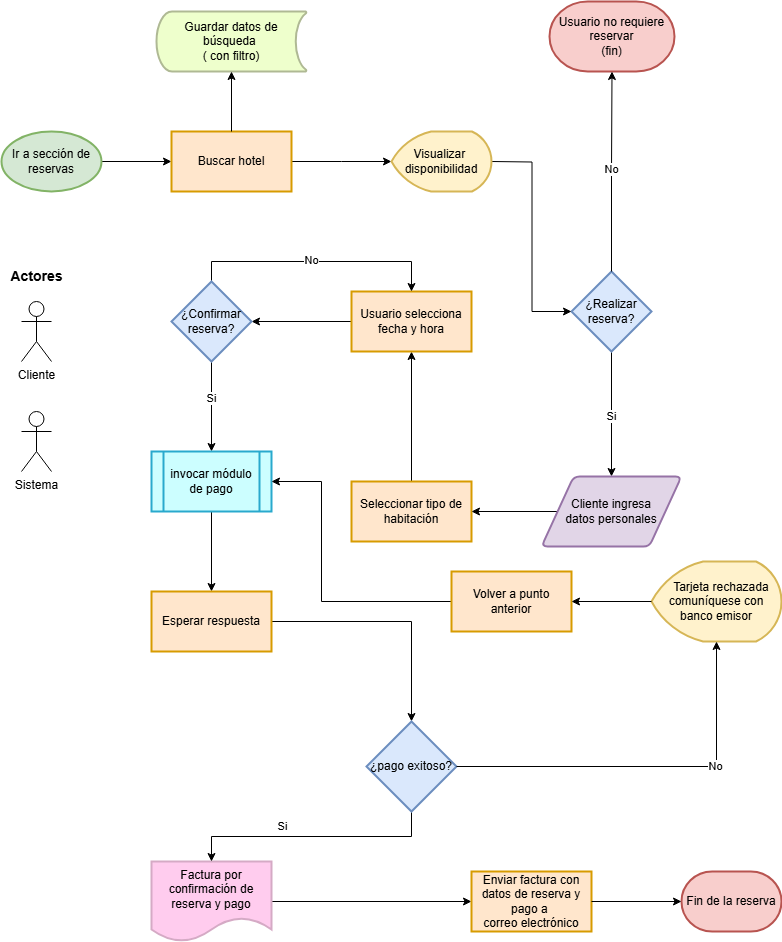
Earlier version of the draw.io export Flujograma de reserva de habitación.png (DjGuetta/App-Hotel-Management). Source tidied: cells renumbered, new cells last; positions are measured from the earlier drawing's top-left corner, leaving out a move shared by most shapes.
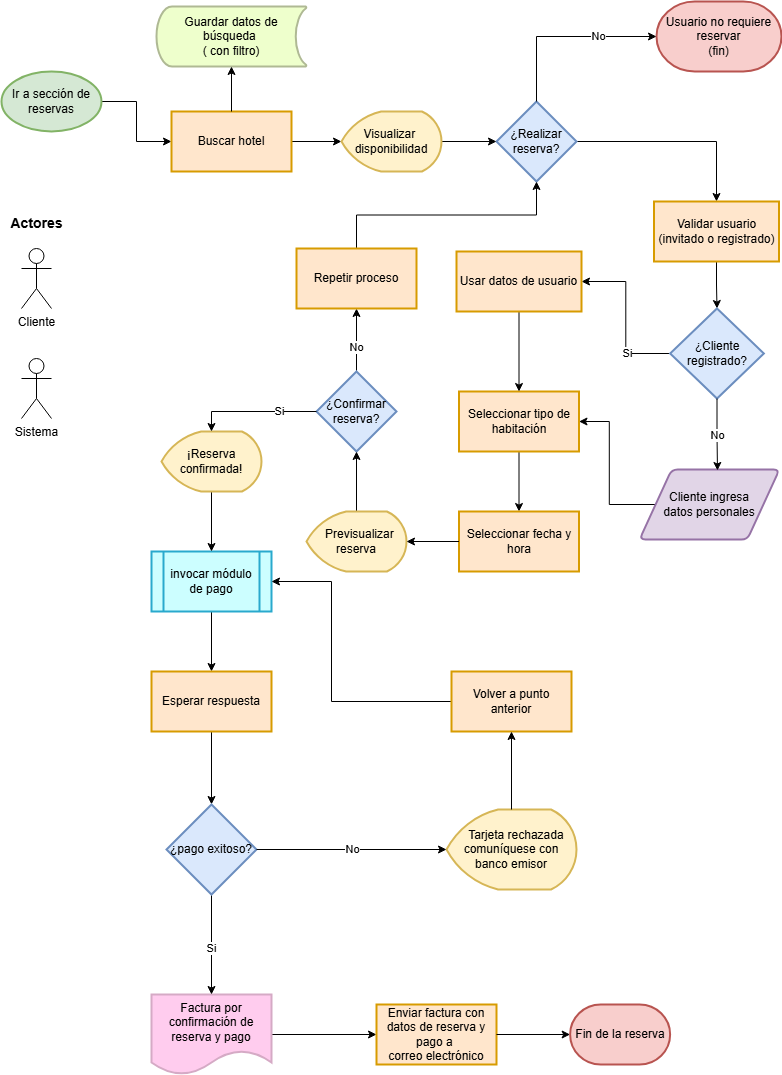
The same diagram one commit later.

Commit message:
Corrección de errores en datos de reservación

Diff of the diagram source:
```diff
@@ -6,161 +6,200 @@
       <mxGeometry relative="1" as="geometry" />
     </mxCell>
     <mxCell id="3" value="Ir a sección de reservas" style="strokeWidth=2;html=1;shape=mxgraph.flowchart.start_1;whiteSpace=wrap;fillColor=#d5e8d4;strokeColor=#82b366;" parent="1" vertex="1">
-      <mxGeometry y="130" width="100" height="60" as="geometry" />
+      <mxGeometry y="60" width="100" height="60" as="geometry" />
     </mxCell>
-    <mxCell id="4" style="edgeStyle=orthogonalEdgeStyle;rounded=0;jettySize=auto;html=1;" parent="1" edge="1" source="5">
-      <mxGeometry relative="1" as="geometry">
-        <mxPoint x="390" y="160" as="targetPoint" />
-      </mxGeometry>
+    <mxCell id="4" style="edgeStyle=orthogonalEdgeStyle;rounded=0;jettySize=auto;html=1;entryX=0;entryY=0.5;entryDx=0;entryDy=0;entryPerimeter=0;" parent="1" edge="1" source="5" target="29">
+      <mxGeometry relative="1" as="geometry" />
     </mxCell>
     <mxCell id="5" value="&lt;div style=&quot;text-align: start;&quot;&gt;&lt;span style=&quot;background-color: transparent; color: light-dark(rgb(0, 0, 0), rgb(255, 255, 255));&quot;&gt;Buscar hotel&lt;/span&gt;&lt;/div&gt;" style="whiteSpace=wrap;html=1;strokeWidth=2;fillColor=#ffe6cc;strokeColor=#d79b00;" parent="1" vertex="1">
-      <mxGeometry x="170" y="130" width="120" height="60" as="geometry" />
+      <mxGeometry x="170" y="100" width="120" height="60" as="geometry" />
     </mxCell>
-    <mxCell id="6" style="edgeStyle=orthogonalEdgeStyle;rounded=0;jettySize=auto;html=1;exitX=0.5;exitY=1;exitDx=0;exitDy=0;entryX=0.5;entryY=0;entryDx=0;entryDy=0;" parent="1" edge="1" source="8" target="38">
-      <mxGeometry relative="1" as="geometry" />
-    </mxCell>
-    <mxCell id="7" value="Si" style="edgeLabel;html=1;align=center;verticalAlign=middle;" parent="6" vertex="1">
-      <mxGeometry x="0.02" y="-1" relative="1" as="geometry" />
-    </mxCell>
+    <mxCell id="48" style="edgeStyle=orthogonalEdgeStyle;rounded=0;jettySize=auto;html=1;exitX=1;exitY=0.5;exitDx=0;exitDy=0;entryX=0.5;entryY=0;entryDx=0;entryDy=0;" parent="1" edge="1" source="8" target="56">
+      <mxGeometry relative="1" as="geometry" />
+    </mxCell>
     <mxCell id="8" value="¿Realizar reserva?" style="rhombus;whiteSpace=wrap;html=1;strokeWidth=2;fillColor=#dae8fc;strokeColor=#6c8ebf;" parent="1" vertex="1">
-      <mxGeometry x="570" y="270" width="80" height="80" as="geometry" />
+      <mxGeometry x="495" y="90" width="80" height="80" as="geometry" />
     </mxCell>
-    <mxCell id="9" style="edgeStyle=orthogonalEdgeStyle;rounded=0;jettySize=auto;html=1;exitX=0.5;exitY=0;exitDx=0;exitDy=0;entryX=0.5;entryY=1;entryDx=0;entryDy=0;" parent="1" edge="1" source="10" target="15">
+    <mxCell id="9" style="edgeStyle=orthogonalEdgeStyle;rounded=0;jettySize=auto;html=1;exitX=0.5;exitY=1;exitDx=0;exitDy=0;entryX=0.5;entryY=0;entryDx=0;entryDy=0;" parent="1" edge="1" source="10" target="15">
       <mxGeometry relative="1" as="geometry" />
     </mxCell>
     <mxCell id="10" value="Seleccionar tipo de habitación" style="whiteSpace=wrap;html=1;strokeWidth=2;fillColor=#ffe6cc;strokeColor=#d79b00;" parent="1" vertex="1">
-      <mxGeometry x="350" y="480" width="120" height="60" as="geometry" />
+      <mxGeometry x="457.5" y="380" width="120" height="60" as="geometry" />
     </mxCell>
     <mxCell id="11" value="Guardar datos de búsqueda&amp;nbsp;&lt;div&gt;( con filtro)&lt;/div&gt;" style="strokeWidth=2;html=1;shape=mxgraph.flowchart.stored_data;whiteSpace=wrap;fillColor=#EEFFCC;strokeColor=#AFB994;" parent="1" vertex="1">
-      <mxGeometry x="155" y="10" width="150" height="60" as="geometry" />
+      <mxGeometry x="155" y="-5" width="150" height="60" as="geometry" />
     </mxCell>
     <mxCell id="12" style="edgeStyle=orthogonalEdgeStyle;rounded=0;jettySize=auto;html=1;entryX=0.5;entryY=1;entryDx=0;entryDy=0;entryPerimeter=0;" parent="1" edge="1" source="5" target="11">
       <mxGeometry relative="1" as="geometry" />
     </mxCell>
     <mxCell id="13" value="Usuario no requiere reservar&lt;div&gt;(fin)&lt;/div&gt;" style="strokeWidth=2;html=1;shape=mxgraph.flowchart.terminator;whiteSpace=wrap;fillColor=#f8cecc;strokeColor=#b85450;" parent="1" vertex="1">
-      <mxGeometry x="548" width="125" height="70" as="geometry" />
+      <mxGeometry x="655" y="-10" width="125" height="70" as="geometry" />
     </mxCell>
-    <mxCell id="14" style="edgeStyle=orthogonalEdgeStyle;rounded=0;jettySize=auto;html=1;" parent="1" edge="1" source="15" target="21">
-      <mxGeometry relative="1" as="geometry" />
-    </mxCell>
-    <mxCell id="15" value="Usuario selecciona fecha y hora" style="whiteSpace=wrap;html=1;strokeWidth=2;fillColor=#ffe6cc;strokeColor=#d79b00;" parent="1" vertex="1">
-      <mxGeometry x="350" y="290" width="120" height="60" as="geometry" />
+    <mxCell id="15" value="Seleccionar fecha y hora" style="whiteSpace=wrap;html=1;strokeWidth=2;fillColor=#ffe6cc;strokeColor=#d79b00;" parent="1" vertex="1">
+      <mxGeometry x="457.5" y="500" width="120" height="60" as="geometry" />
     </mxCell>
-    <mxCell id="16" style="edgeStyle=orthogonalEdgeStyle;rounded=0;jettySize=auto;html=1;entryX=0;entryY=0.5;entryDx=0;entryDy=0;" parent="1" edge="1" target="8">
-      <mxGeometry relative="1" as="geometry">
-        <mxPoint x="490" y="160" as="sourcePoint" />
-      </mxGeometry>
+    <mxCell id="16" style="edgeStyle=orthogonalEdgeStyle;rounded=0;jettySize=auto;html=1;entryX=0;entryY=0.5;entryDx=0;entryDy=0;" parent="1" edge="1" source="29" target="8">
+      <mxGeometry relative="1" as="geometry" />
     </mxCell>
-    <mxCell id="17" style="edgeStyle=orthogonalEdgeStyle;rounded=0;jettySize=auto;html=1;entryX=0.5;entryY=0;entryDx=0;entryDy=0;" parent="1" edge="1" source="21" target="15">
-      <mxGeometry relative="1" as="geometry">
-        <Array as="points">
-          <mxPoint x="210" y="260" />
-          <mxPoint x="410" y="260" />
-        </Array>
-      </mxGeometry>
-    </mxCell>
-    <mxCell id="18" value="No" style="edgeLabel;html=1;align=center;verticalAlign=middle;" parent="17" vertex="1">
-      <mxGeometry x="-0.05" y="2" relative="1" as="geometry" />
-    </mxCell>
-    <mxCell id="19" style="edgeStyle=orthogonalEdgeStyle;rounded=0;jettySize=auto;html=1;" parent="1" edge="1" source="21" target="23">
-      <mxGeometry relative="1" as="geometry" />
-    </mxCell>
-    <mxCell id="20" value="Si" style="edgeLabel;html=1;align=center;verticalAlign=middle;" parent="19" vertex="1">
-      <mxGeometry x="-0.2" y="1" relative="1" as="geometry">
-        <mxPoint x="-2" as="offset" />
-      </mxGeometry>
-    </mxCell>
+    <mxCell id="49" style="edgeStyle=orthogonalEdgeStyle;rounded=0;jettySize=auto;html=1;exitX=0.5;exitY=0;exitDx=0;exitDy=0;entryX=0.5;entryY=1;entryDx=0;entryDy=0;" parent="1" edge="1" source="21" target="52">
+      <mxGeometry relative="1" as="geometry" />
+    </mxCell>
+    <mxCell id="50" value="No" style="edgeLabel;html=1;align=center;verticalAlign=middle;" parent="49" vertex="1">
+      <mxGeometry x="-0.21" y="-2" relative="1" as="geometry">
+        <mxPoint x="-3" as="offset" />
+      </mxGeometry>
+    </mxCell>
     <mxCell id="21" value="¿Confirmar reserva?" style="rhombus;whiteSpace=wrap;html=1;strokeWidth=2;fillColor=#dae8fc;strokeColor=#6c8ebf;" parent="1" vertex="1">
-      <mxGeometry x="170" y="280" width="80" height="80" as="geometry" />
+      <mxGeometry x="315" y="360" width="80" height="80" as="geometry" />
     </mxCell>
     <mxCell id="22" style="edgeStyle=orthogonalEdgeStyle;rounded=0;jettySize=auto;html=1;" parent="1" edge="1" source="23" target="31">
       <mxGeometry relative="1" as="geometry" />
     </mxCell>
     <mxCell id="23" value="invocar módulo de pago" style="shape=process;whiteSpace=wrap;html=1;backgroundOutline=1;strokeWidth=2;fillColor=#CCFEFF;strokeColor=#29A9CD;" parent="1" vertex="1">
-      <mxGeometry x="150" y="450" width="120" height="60" as="geometry" />
+      <mxGeometry x="150" y="540" width="120" height="60" as="geometry" />
     </mxCell>
     <mxCell id="24" value="Fin de la reserva" style="strokeWidth=2;html=1;shape=mxgraph.flowchart.terminator;whiteSpace=wrap;fillColor=#f8cecc;strokeColor=#b85450;" parent="1" vertex="1">
-      <mxGeometry x="680" y="870" width="100" height="60" as="geometry" />
+      <mxGeometry x="568.6" y="993" width="100" height="60" as="geometry" />
     </mxCell>
     <mxCell id="25" style="edgeStyle=orthogonalEdgeStyle;rounded=0;jettySize=auto;html=1;" parent="1" edge="1" source="26" target="27">
       <mxGeometry relative="1" as="geometry" />
     </mxCell>
     <mxCell id="26" value="Factura por confirmación de reserva y pago" style="shape=document;whiteSpace=wrap;html=1;boundedLbl=1;strokeWidth=2;fillColor=#FFCCEE;strokeColor=#D5AAC5;" parent="1" vertex="1">
-      <mxGeometry x="150" y="860" width="120" height="80" as="geometry" />
+      <mxGeometry x="150" y="983" width="120" height="80" as="geometry" />
     </mxCell>
     <mxCell id="27" value="Enviar factura con datos de reserva y pago a&amp;nbsp;&lt;div&gt;correo electrónico&lt;/div&gt;" style="whiteSpace=wrap;html=1;strokeWidth=2;fillColor=#ffe6cc;strokeColor=#d79b00;" parent="1" vertex="1">
-      <mxGeometry x="470" y="870" width="120" height="60" as="geometry" />
+      <mxGeometry x="375" y="993" width="120" height="60" as="geometry" />
     </mxCell>
     <mxCell id="28" style="edgeStyle=orthogonalEdgeStyle;rounded=0;jettySize=auto;html=1;exitX=1;exitY=0.5;exitDx=0;exitDy=0;entryX=0;entryY=0.5;entryDx=0;entryDy=0;entryPerimeter=0;" parent="1" edge="1" source="27" target="24">
       <mxGeometry relative="1" as="geometry" />
     </mxCell>
-    <mxCell id="29" value="Visualizar&amp;nbsp;&lt;div&gt;disponibilidad&lt;/div&gt;" style="strokeWidth=2;html=1;shape=mxgraph.flowchart.display;whiteSpace=wrap;fillColor=#fff2cc;strokeColor=#d6b656;" parent="1" vertex="1">
-      <mxGeometry x="390" y="130" width="100" height="60" as="geometry" />
-    </mxCell>
-    <mxCell id="30" style="edgeStyle=orthogonalEdgeStyle;rounded=0;jettySize=auto;html=1;" parent="1" edge="1" source="31" target="34">
-      <mxGeometry relative="1" as="geometry">
-        <Array as="points">
-          <mxPoint x="410" y="620" />
-        </Array>
-      </mxGeometry>
+    <mxCell id="30" style="edgeStyle=orthogonalEdgeStyle;rounded=0;jettySize=auto;html=1;exitX=0.5;exitY=1;exitDx=0;exitDy=0;entryX=0.5;entryY=0;entryDx=0;entryDy=0;" parent="1" edge="1" source="31" target="34">
+      <mxGeometry relative="1" as="geometry" />
     </mxCell>
     <mxCell id="31" value="Esperar respuesta" style="whiteSpace=wrap;html=1;fillColor=#ffe6cc;strokeColor=#d79b00;strokeWidth=2;" parent="1" vertex="1">
-      <mxGeometry x="150" y="590" width="120" height="60" as="geometry" />
+      <mxGeometry x="150" y="660" width="120" height="60" as="geometry" />
     </mxCell>
     <mxCell id="32" style="edgeStyle=orthogonalEdgeStyle;rounded=0;jettySize=auto;html=1;exitX=0.5;exitY=1;exitDx=0;exitDy=0;entryX=0.5;entryY=0;entryDx=0;entryDy=0;" parent="1" edge="1" source="34" target="26">
       <mxGeometry relative="1" as="geometry" />
     </mxCell>
     <mxCell id="33" value="Si" style="edgeLabel;html=1;align=center;verticalAlign=middle;" parent="32" vertex="1">
       <mxGeometry x="0.24" y="-2" relative="1" as="geometry">
-        <mxPoint y="-9" as="offset" />
+        <mxPoint x="1" y="-9" as="offset" />
       </mxGeometry>
     </mxCell>
     <mxCell id="34" value="¿pago exitoso?" style="rhombus;whiteSpace=wrap;html=1;fillColor=#dae8fc;strokeColor=#6c8ebf;strokeWidth=2;" parent="1" vertex="1">
-      <mxGeometry x="365" y="720" width="90" height="90" as="geometry" />
+      <mxGeometry x="165" y="793" width="90" height="90" as="geometry" />
     </mxCell>
-    <mxCell id="35" style="edgeStyle=orthogonalEdgeStyle;rounded=0;jettySize=auto;html=1;exitX=0.5;exitY=0;exitDx=0;exitDy=0;entryX=0.5;entryY=1;entryDx=0;entryDy=0;entryPerimeter=0;" parent="1" edge="1" source="8" target="13">
+    <mxCell id="35" style="edgeStyle=orthogonalEdgeStyle;rounded=0;jettySize=auto;html=1;exitX=0.5;exitY=0;exitDx=0;exitDy=0;entryX=0;entryY=0.5;entryDx=0;entryDy=0;entryPerimeter=0;" parent="1" edge="1" source="8" target="13">
       <mxGeometry relative="1" as="geometry" />
     </mxCell>
     <mxCell id="36" value="No" style="edgeLabel;html=1;align=center;verticalAlign=middle;" parent="35" vertex="1">
-      <mxGeometry x="0.03" y="1" relative="1" as="geometry" />
+      <mxGeometry x="0.03" y="1" relative="1" as="geometry">
+        <mxPoint x="31" as="offset" />
+      </mxGeometry>
     </mxCell>
     <mxCell id="37" style="edgeStyle=orthogonalEdgeStyle;rounded=0;jettySize=auto;html=1;exitX=0;exitY=0.5;exitDx=0;exitDy=0;entryX=1;entryY=0.5;entryDx=0;entryDy=0;" parent="1" edge="1" source="38" target="10">
       <mxGeometry relative="1" as="geometry" />
     </mxCell>
     <mxCell id="38" value="&amp;nbsp;Cliente ingresa&amp;nbsp;&lt;div&gt;datos personales&lt;/div&gt;" style="shape=parallelogram;html=1;strokeWidth=2;perimeter=parallelogramPerimeter;whiteSpace=wrap;rounded=1;arcSize=12;size=0.23;fillColor=#e1d5e7;strokeColor=#9673a6;" parent="1" vertex="1">
-      <mxGeometry x="540" y="475" width="140" height="70" as="geometry" />
+      <mxGeometry x="638" y="458" width="140" height="70" as="geometry" />
     </mxCell>
     <mxCell id="39" value="&amp;nbsp; &amp;nbsp;Tarjeta rechazada&lt;div&gt;comuníquese&amp;nbsp;&lt;span style=&quot;background-color: transparent; color: light-dark(rgb(0, 0, 0), rgb(255, 255, 255));&quot;&gt;con banco emisor&lt;/span&gt;&lt;/div&gt;" style="strokeWidth=2;html=1;shape=mxgraph.flowchart.display;whiteSpace=wrap;fillColor=#fff2cc;strokeColor=#d6b656;" parent="1" vertex="1">
-      <mxGeometry x="650" y="560" width="130" height="80" as="geometry" />
+      <mxGeometry x="445" y="798" width="130" height="80" as="geometry" />
     </mxCell>
-    <mxCell id="40" style="edgeStyle=orthogonalEdgeStyle;rounded=0;jettySize=auto;html=1;exitX=1;exitY=0.5;exitDx=0;exitDy=0;entryX=0.5;entryY=1;entryDx=0;entryDy=0;entryPerimeter=0;" parent="1" edge="1" source="34" target="39">
+    <mxCell id="40" style="edgeStyle=orthogonalEdgeStyle;rounded=0;jettySize=auto;html=1;exitX=1;exitY=0.5;exitDx=0;exitDy=0;entryX=0;entryY=0.5;entryDx=0;entryDy=0;entryPerimeter=0;" parent="1" edge="1" source="34" target="39">
       <mxGeometry relative="1" as="geometry" />
     </mxCell>
     <mxCell id="41" value="No" style="edgeLabel;html=1;align=center;verticalAlign=middle;" parent="40" vertex="1">
-      <mxGeometry x="0.34" y="1" relative="1" as="geometry" />
+      <mxGeometry x="0.34" y="1" relative="1" as="geometry">
+        <mxPoint x="-32" as="offset" />
+      </mxGeometry>
     </mxCell>
     <mxCell id="42" style="edgeStyle=orthogonalEdgeStyle;rounded=0;jettySize=auto;html=1;exitX=0;exitY=0.5;exitDx=0;exitDy=0;entryX=1;entryY=0.5;entryDx=0;entryDy=0;" parent="1" edge="1" source="43" target="23">
       <mxGeometry relative="1" as="geometry">
         <Array as="points">
-          <mxPoint x="320" y="600" />
-          <mxPoint x="320" y="480" />
+          <mxPoint x="330" y="690" />
+          <mxPoint x="330" y="570" />
         </Array>
       </mxGeometry>
     </mxCell>
     <mxCell id="43" value="Volver a punto anterior" style="whiteSpace=wrap;html=1;strokeWidth=2;fillColor=#ffe6cc;strokeColor=#d79b00;" parent="1" vertex="1">
-      <mxGeometry x="450" y="570" width="120" height="60" as="geometry" />
+      <mxGeometry x="450" y="660" width="120" height="60" as="geometry" />
     </mxCell>
-    <mxCell id="44" style="edgeStyle=orthogonalEdgeStyle;rounded=0;jettySize=auto;html=1;exitX=0;exitY=0.5;exitDx=0;exitDy=0;exitPerimeter=0;entryX=1;entryY=0.5;entryDx=0;entryDy=0;" parent="1" edge="1" source="39" target="43">
+    <mxCell id="44" style="edgeStyle=orthogonalEdgeStyle;rounded=0;jettySize=auto;html=1;exitX=0.5;exitY=0;exitDx=0;exitDy=0;exitPerimeter=0;entryX=0.5;entryY=1;entryDx=0;entryDy=0;" parent="1" edge="1" source="39" target="43">
       <mxGeometry relative="1" as="geometry" />
     </mxCell>
     <mxCell id="45" value="Cliente" style="shape=umlActor;verticalLabelPosition=bottom;verticalAlign=top;html=1;" parent="1" vertex="1">
-      <mxGeometry x="20" y="300" width="30" height="60" as="geometry" />
+      <mxGeometry x="20" y="237" width="30" height="60" as="geometry" />
     </mxCell>
     <mxCell id="46" value="Sistema" style="shape=umlActor;verticalLabelPosition=bottom;verticalAlign=top;html=1;" parent="1" vertex="1">
-      <mxGeometry x="20" y="410" width="30" height="60" as="geometry" />
+      <mxGeometry x="20" y="347" width="30" height="60" as="geometry" />
     </mxCell>
     <mxCell id="47" value="Actores" style="text;html=1;align=center;verticalAlign=middle;strokeColor=none;fillColor=none;fontStyle=1;fontSize=14;" parent="1" vertex="1">
-      <mxGeometry y="260" width="70" height="30" as="geometry" />
+      <mxGeometry y="197" width="70" height="30" as="geometry" />
     </mxCell>
+    <mxCell id="51" style="edgeStyle=orthogonalEdgeStyle;rounded=0;jettySize=auto;html=1;exitX=0.5;exitY=0;exitDx=0;exitDy=0;entryX=0.5;entryY=1;entryDx=0;entryDy=0;" parent="1" edge="1" source="52" target="8">
+      <mxGeometry relative="1" as="geometry" />
+    </mxCell>
+    <mxCell id="52" value="Repetir proceso" style="whiteSpace=wrap;html=1;strokeWidth=2;fillColor=#ffe6cc;strokeColor=#d79b00;" parent="1" vertex="1">
+      <mxGeometry x="295" y="237" width="120" height="60" as="geometry" />
+    </mxCell>
+    <mxCell id="53" style="edgeStyle=orthogonalEdgeStyle;rounded=0;jettySize=auto;html=1;exitX=0.5;exitY=1;exitDx=0;exitDy=0;exitPerimeter=0;entryX=0.5;entryY=0;entryDx=0;entryDy=0;" parent="1" edge="1" source="54" target="23">
+      <mxGeometry relative="1" as="geometry" />
+    </mxCell>
+    <mxCell id="54" value="¡Reserva confirmada!" style="strokeWidth=2;html=1;shape=mxgraph.flowchart.display;whiteSpace=wrap;fillColor=#fff2cc;strokeColor=#d6b656;" parent="1" vertex="1">
+      <mxGeometry x="160" y="420" width="100" height="60" as="geometry" />
+    </mxCell>
+    <mxCell id="29" value="Visualizar&amp;nbsp;&lt;div&gt;disponibilidad&lt;/div&gt;" style="strokeWidth=2;html=1;shape=mxgraph.flowchart.display;whiteSpace=wrap;fillColor=#fff2cc;strokeColor=#d6b656;" parent="1" vertex="1">
+      <mxGeometry x="340" y="100" width="100" height="60" as="geometry" />
+    </mxCell>
+    <mxCell id="55" style="edgeStyle=orthogonalEdgeStyle;rounded=0;jettySize=auto;html=1;exitX=0.5;exitY=1;exitDx=0;exitDy=0;entryX=0.5;entryY=0;entryDx=0;entryDy=0;" parent="1" edge="1" source="56" target="59">
+      <mxGeometry relative="1" as="geometry" />
+    </mxCell>
+    <mxCell id="56" value="Validar usuario&lt;div&gt;(invitado o registrado)&lt;/div&gt;" style="whiteSpace=wrap;html=1;fillColor=#ffe6cc;strokeColor=#d79b00;strokeWidth=2;" parent="1" vertex="1">
+      <mxGeometry x="652.5" y="190" width="125" height="60" as="geometry" />
+    </mxCell>
+    <mxCell id="57" style="edgeStyle=orthogonalEdgeStyle;rounded=0;jettySize=auto;html=1;exitX=0;exitY=0.5;exitDx=0;exitDy=0;entryX=1;entryY=0.5;entryDx=0;entryDy=0;" parent="1" edge="1" source="59" target="63">
+      <mxGeometry relative="1" as="geometry" />
+    </mxCell>
+    <mxCell id="58" value="Si" style="edgeLabel;html=1;align=center;verticalAlign=middle;" parent="57" vertex="1">
+      <mxGeometry x="-0.47" y="1" relative="1" as="geometry">
+        <mxPoint y="-2" as="offset" />
+      </mxGeometry>
+    </mxCell>
+    <mxCell id="59" value="¿Cliente&lt;div&gt;registrado?&lt;/div&gt;" style="rhombus;whiteSpace=wrap;html=1;fillColor=#dae8fc;strokeColor=#6c8ebf;strokeWidth=2;align=center;" parent="1" vertex="1">
+      <mxGeometry x="668.6" y="297" width="93.8" height="90" as="geometry" />
+    </mxCell>
+    <mxCell id="60" style="edgeStyle=orthogonalEdgeStyle;rounded=0;jettySize=auto;html=1;exitX=0.5;exitY=1;exitDx=0;exitDy=0;entryX=0.557;entryY=0.014;entryDx=0;entryDy=0;entryPerimeter=0;" parent="1" edge="1" source="59" target="38">
+      <mxGeometry relative="1" as="geometry" />
+    </mxCell>
+    <mxCell id="61" value="No" style="edgeLabel;html=1;align=center;verticalAlign=middle;" parent="60" vertex="1">
+      <mxGeometry x="-0.02" y="-3" relative="1" as="geometry">
+        <mxPoint x="2" y="1" as="offset" />
+      </mxGeometry>
+    </mxCell>
+    <mxCell id="62" style="edgeStyle=orthogonalEdgeStyle;rounded=0;jettySize=auto;html=1;exitX=0.5;exitY=1;exitDx=0;exitDy=0;entryX=0.5;entryY=0;entryDx=0;entryDy=0;" parent="1" edge="1" source="63" target="10">
+      <mxGeometry relative="1" as="geometry" />
+    </mxCell>
+    <mxCell id="63" value="Usar datos de usuario" style="whiteSpace=wrap;html=1;fillColor=#ffe6cc;strokeColor=#d79b00;strokeWidth=2;" parent="1" vertex="1">
+      <mxGeometry x="455" y="240" width="125" height="60" as="geometry" />
+    </mxCell>
+    <mxCell id="64" style="edgeStyle=orthogonalEdgeStyle;rounded=0;jettySize=auto;html=1;exitX=0.5;exitY=0;exitDx=0;exitDy=0;exitPerimeter=0;entryX=0.5;entryY=1;entryDx=0;entryDy=0;" parent="1" edge="1" source="65" target="21">
+      <mxGeometry relative="1" as="geometry" />
+    </mxCell>
+    <mxCell id="65" value="&amp;nbsp; Previsualizar&lt;div&gt;reserva&lt;/div&gt;" style="strokeWidth=2;html=1;shape=mxgraph.flowchart.display;whiteSpace=wrap;fillColor=#fff2cc;strokeColor=#d6b656;" parent="1" vertex="1">
+      <mxGeometry x="305" y="500" width="100" height="60" as="geometry" />
+    </mxCell>
+    <mxCell id="66" style="edgeStyle=orthogonalEdgeStyle;rounded=0;jettySize=auto;html=1;exitX=0;exitY=0.5;exitDx=0;exitDy=0;entryX=1;entryY=0.5;entryDx=0;entryDy=0;entryPerimeter=0;" parent="1" edge="1" source="15" target="65">
+      <mxGeometry relative="1" as="geometry" />
+    </mxCell>
+    <mxCell id="67" style="edgeStyle=orthogonalEdgeStyle;rounded=0;jettySize=auto;html=1;exitX=0;exitY=0.5;exitDx=0;exitDy=0;entryX=0.5;entryY=0;entryDx=0;entryDy=0;entryPerimeter=0;" parent="1" edge="1" source="21" target="54">
+      <mxGeometry relative="1" as="geometry" />
+    </mxCell>
+    <mxCell id="68" value="Si" style="edgeLabel;html=1;align=center;verticalAlign=middle;" parent="67" vertex="1">
+      <mxGeometry x="-0.39" y="1" relative="1" as="geometry">
+        <mxPoint y="-2" as="offset" />
+      </mxGeometry>
+    </mxCell>
   </root>
 </mxGraphModel>
```
